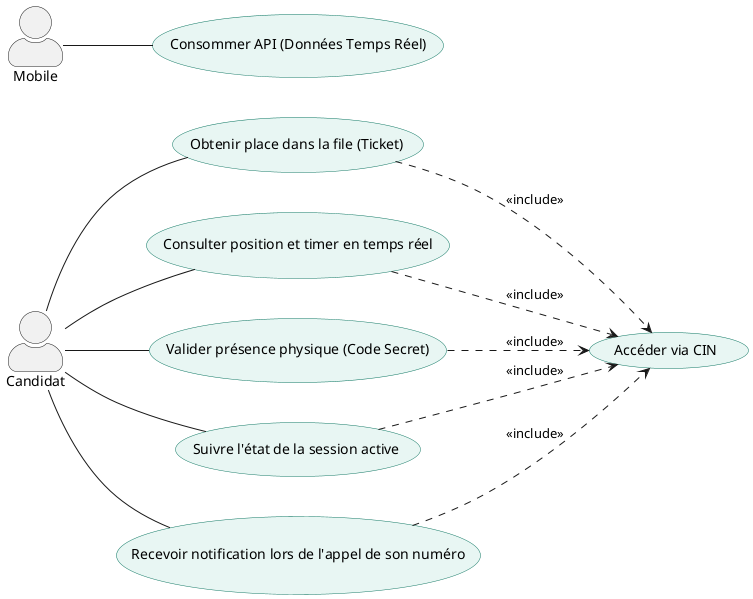
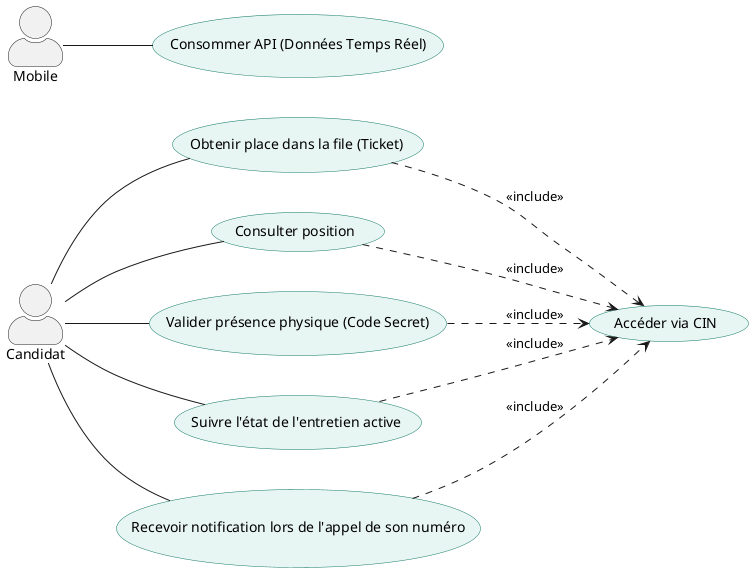
@startuml SoliQueue_UseCase_Candidat
left to right direction
skinparam actorStyle awesome
skinparam shadowing false

skinparam usecase {
    BackgroundColor #E8F6F3
    BorderColor #117864
}

skinparam nodesep 40
skinparam ranksep 50

' Acteurs
actor "Candidat" as C
actor "Mobile" as Mob

'=====================
' Candidat Use Cases (Mobile)
'=====================

usecase "Obtenir place dans la file (Ticket)" as UC1
- usecase "Consulter position et timer en temps réel" as UC2
+ usecase "Consulter position" as UC2
usecase "Valider présence physique (Code Secret)" as UC4
- usecase "Suivre l'état de la session active" as UC16
+ usecase "Suivre l'état de l'entretien active" as UC16
usecase "Recevoir notification lors de l'appel de son numéro" as UC17

'=====================
' Mobile API
'=====================

usecase "Consommer API (Données Temps Réel)" as API

'=====================
' Authentification / Accès
'=====================

usecase "Accéder via CIN" as Auth

'=====================
' Relations Candidat
'=====================

C -- UC1
C -- UC2
C -- UC4
C -- UC16
C -- UC17

'=====================
' Relations Mobile
'=====================

Mob -- API

'=====================
' Authentification includes
'=====================

UC1 ..> Auth : <<include>>
UC2 ..> Auth : <<include>>
UC4 ..> Auth : <<include>>
UC16 ..> Auth : <<include>>
UC17 ..> Auth : <<include>>

@enduml